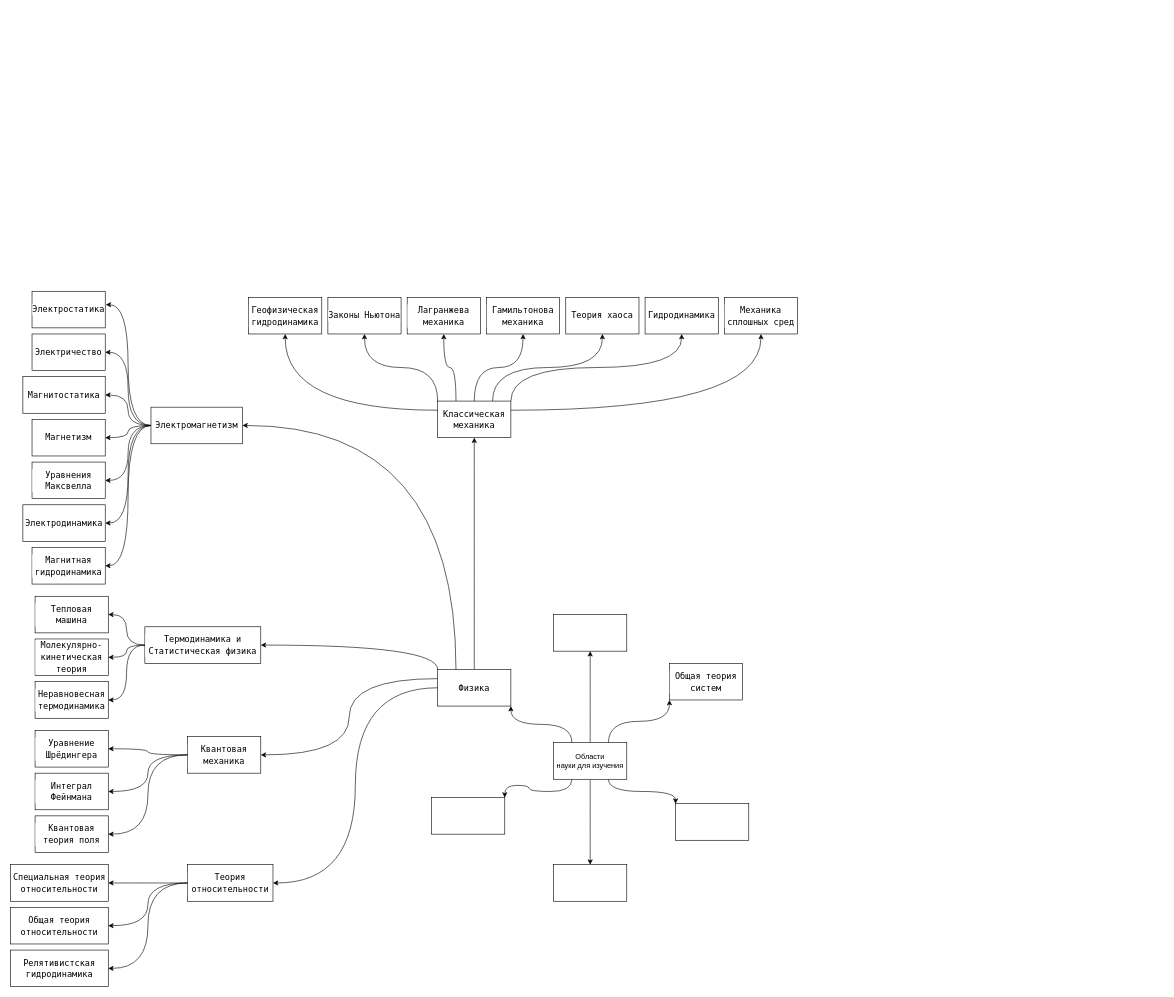
Before: mind_map.drawio in hightemp/col_diagrams, a draw.io diagram. Source tidied: cells renumbered, new cells numbered last; positions are measured from the earlier drawing's top-left corner, leaving out a move shared by most shapes. Both pictures are drawn from the tidied source at 61%, with x=0, y=0 at pixel (10, 291).
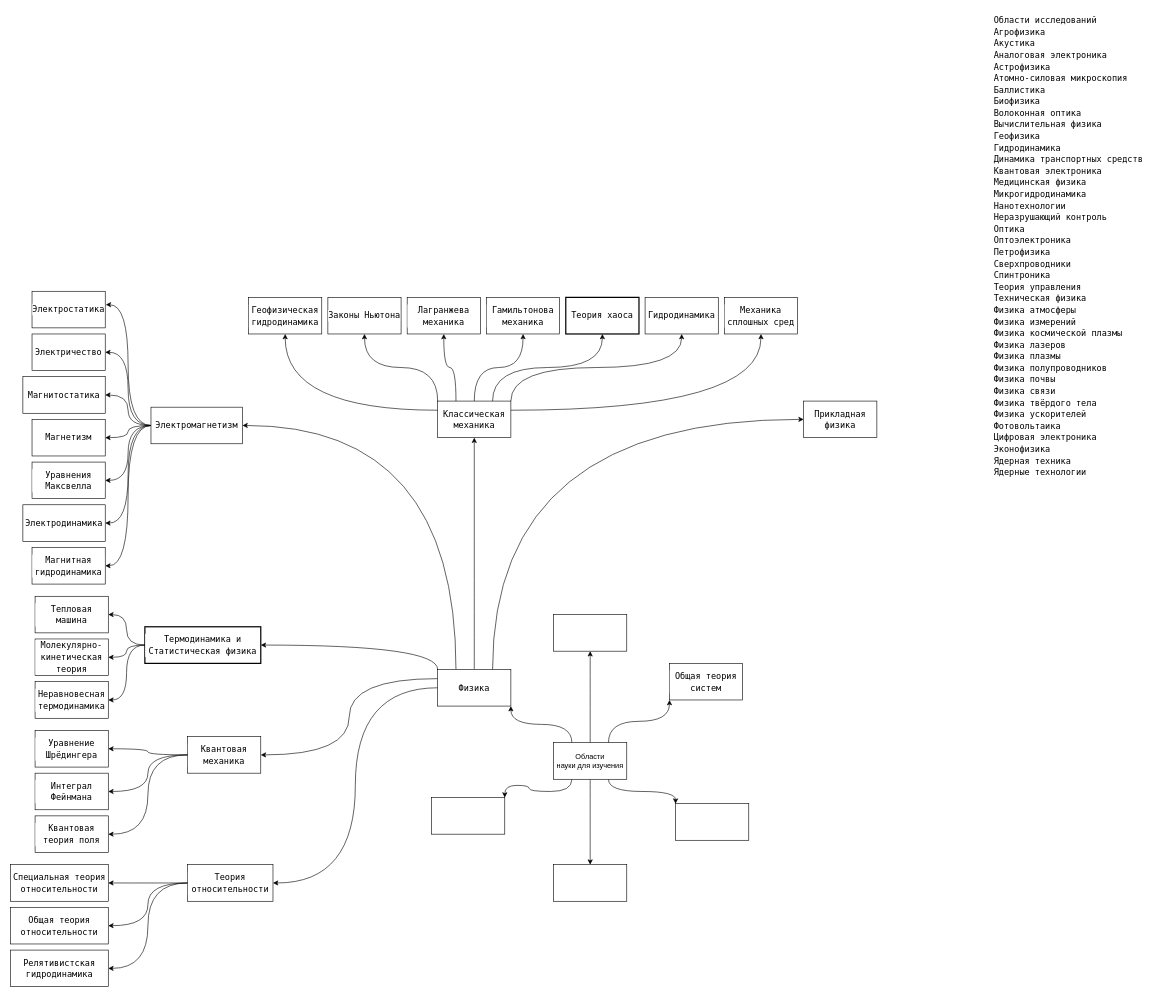
Above is the later version.

The change refers to these unchanged cells:
```xml
<mxCell id="15" value="&lt;div style=&quot;line-height: 19px;&quot;&gt;&lt;div style=&quot;background-color: rgb(255, 255, 255); font-family: &amp;quot;Droid Sans Mono&amp;quot;, &amp;quot;monospace&amp;quot;, monospace; font-size: 14px; line-height: 19px;&quot;&gt;Физика&lt;/div&gt;&lt;/div&gt;" style="rounded=0;whiteSpace=wrap;html=1;" parent="1" vertex="1">
  <mxGeometry x="700" y="620" width="120" height="60" as="geometry" />
</mxCell>
<mxCell id="20" style="group;" parent="1" vertex="1">
  <mxGeometry x="390" y="10" width="900" height="230" as="geometry" />
</mxCell>
<mxCell id="52" style="group;" parent="1" vertex="1">
  <mxGeometry x="40" y="500" width="370" height="200" as="geometry" />
</mxCell>
```

Change to the diagram source:
```diff
@@
+    <mxCell id="76" style="edgeStyle=orthogonalEdgeStyle;curved=1;rounded=0;jettySize=auto;html=1;exitX=0.75;exitY=0;exitDx=0;exitDy=0;entryX=0;entryY=0.5;entryDx=0;entryDy=0;" parent="1" edge="1" source="15" target="77">
+      <mxGeometry relative="1" as="geometry" />
+    </mxCell>
@@
-    <mxCell id="25" value="&lt;div style=&quot;background-color: rgb(255, 255, 255); font-family: &amp;quot;Droid Sans Mono&amp;quot;, &amp;quot;monospace&amp;quot;, monospace; font-size: 14px; line-height: 19px;&quot;&gt;Теория хаоса&lt;/div&gt;" style="rounded=0;whiteSpace=wrap;html=1;" parent="20" vertex="1">
+    <mxCell id="25" value="&lt;div style=&quot;background-color: rgb(255, 255, 255); font-family: &amp;quot;Droid Sans Mono&amp;quot;, &amp;quot;monospace&amp;quot;, monospace; font-size: 14px; line-height: 19px;&quot;&gt;Теория хаоса&lt;/div&gt;" style="rounded=0;whiteSpace=wrap;html=1;strokeWidth=2;" parent="20" vertex="1">
       <mxGeometry x="520" width="120" height="60" as="geometry" />
     </mxCell>
@@
-    <mxCell id="53" value="&lt;div style=&quot;background-color: rgb(255, 255, 255); font-family: &amp;quot;Droid Sans Mono&amp;quot;, &amp;quot;monospace&amp;quot;, monospace; font-size: 14px; line-height: 19px;&quot;&gt;Термодинамика и Статистическая физика&lt;/div&gt;" style="rounded=0;whiteSpace=wrap;html=1;" parent="52" vertex="1">
+    <mxCell id="53" value="&lt;div style=&quot;background-color: rgb(255, 255, 255); font-family: &amp;quot;Droid Sans Mono&amp;quot;, &amp;quot;monospace&amp;quot;, monospace; font-size: 14px; line-height: 19px;&quot;&gt;Термодинамика и Статистическая физика&lt;/div&gt;" style="rounded=0;whiteSpace=wrap;html=1;strokeWidth=2;" parent="52" vertex="1">
       <mxGeometry x="180" y="50" width="190" height="60" as="geometry" />
     </mxCell>
@@
+    <mxCell id="77" value="&lt;div style=&quot;background-color: rgb(255, 255, 255); font-family: &amp;quot;Droid Sans Mono&amp;quot;, &amp;quot;monospace&amp;quot;, monospace; font-size: 14px; line-height: 19px;&quot;&gt;Прикладная физика&lt;/div&gt;" style="rounded=0;whiteSpace=wrap;html=1;strokeWidth=1;" parent="1" vertex="1">
+      <mxGeometry x="1300" y="180" width="120" height="60" as="geometry" />
+    </mxCell>
+    <mxCell id="78" value="&lt;div style=&quot;color: rgb(0, 0, 0); background-color: rgb(255, 255, 255); font-family: &amp;quot;Droid Sans Mono&amp;quot;, &amp;quot;monospace&amp;quot;, monospace; font-weight: normal; font-size: 14px; line-height: 19px;&quot;&gt;&lt;div&gt;Области исследований&lt;br&gt;&lt;/div&gt;&lt;div&gt;&lt;span style=&quot;color: #000000;&quot;&gt;        Агрофизика&lt;/span&gt;&lt;/div&gt;&lt;div&gt;&lt;span style=&quot;color: #000000;&quot;&gt;        Акустика&lt;/span&gt;&lt;/div&gt;&lt;div&gt;&lt;span style=&quot;color: #000000;&quot;&gt;        Аналоговая электроника&lt;/span&gt;&lt;/div&gt;&lt;div&gt;&lt;span style=&quot;color: #000000;&quot;&gt;        Астрофизика&lt;/span&gt;&lt;/div&gt;&lt;div&gt;&lt;span style=&quot;color: #000000;&quot;&gt;        Атомно-силовая микроскопия&lt;/span&gt;&lt;/div&gt;&lt;div&gt;&lt;span style=&quot;color: #000000;&quot;&gt;        Баллистика&lt;/span&gt;&lt;/div&gt;&lt;div&gt;&lt;span style=&quot;color: #000000;&quot;&gt;        Биофизика&lt;/span&gt;&lt;/div&gt;&lt;div&gt;&lt;span style=&quot;color: #000000;&quot;&gt;        Волоконная оптика&lt;/span&gt;&lt;/div&gt;&lt;div&gt;&lt;span style=&quot;color: #000000;&quot;&gt;        Вычислительная физика&lt;/span&gt;&lt;/div&gt;&lt;div&gt;&lt;span style=&quot;color: #000000;&quot;&gt;        Геофизика&lt;/span&gt;&lt;/div&gt;&lt;div&gt;&lt;span style=&quot;color: #000000;&quot;&gt;        Гидродинамика&lt;/span&gt;&lt;/div&gt;&lt;div&gt;&lt;span style=&quot;color: #000000;&quot;&gt;        Динамика транспортных средств&lt;/span&gt;&lt;/div&gt;&lt;div&gt;&lt;span style=&quot;color: #000000;&quot;&gt;        Квантовая электроника&lt;/span&gt;&lt;/div&gt;&lt;div&gt;&lt;span style=&quot;color: #000000;&quot;&gt;        Медицинская физика&lt;/span&gt;&lt;/div&gt;&lt;div&gt;&lt;span style=&quot;color: #000000;&quot;&gt;        Микрогидродинамика&lt;/span&gt;&lt;/div&gt;&lt;div&gt;&lt;span style=&quot;color: #000000;&quot;&gt;        Нанотехнологии&lt;/span&gt;&lt;/div&gt;&lt;div&gt;&lt;span style=&quot;color: #000000;&quot;&gt;        Неразрушающий контроль&lt;/span&gt;&lt;/div&gt;&lt;div&gt;&lt;span style=&quot;color: #000000;&quot;&gt;        Оптика&lt;/span&gt;&lt;/div&gt;&lt;div&gt;&lt;span style=&quot;color: #000000;&quot;&gt;        Оптоэлектроника&lt;/span&gt;&lt;/div&gt;&lt;div&gt;&lt;span style=&quot;color: #000000;&quot;&gt;        Петрофизика&lt;/span&gt;&lt;/div&gt;&lt;div&gt;&lt;span style=&quot;color: #000000;&quot;&gt;        Сверхпроводники&lt;/span&gt;&lt;/div&gt;&lt;div&gt;&lt;span style=&quot;color: #000000;&quot;&gt;        Спинтроника&lt;/span&gt;&lt;/div&gt;&lt;div&gt;&lt;span style=&quot;color: #000000;&quot;&gt;        Теория управления&lt;/span&gt;&lt;/div&gt;&lt;div&gt;&lt;span style=&quot;color: #000000;&quot;&gt;        Техническая физика&lt;/span&gt;&lt;/div&gt;&lt;div&gt;&lt;span style=&quot;color: #000000;&quot;&gt;        Физика атмосферы&lt;/span&gt;&lt;/div&gt;&lt;div&gt;&lt;span style=&quot;color: #000000;&quot;&gt;        Физика измерений&lt;/span&gt;&lt;/div&gt;&lt;div&gt;&lt;span style=&quot;color: #000000;&quot;&gt;        Физика космической плазмы&lt;/span&gt;&lt;/div&gt;&lt;div&gt;&lt;span style=&quot;color: #000000;&quot;&gt;        Физика лазеров&lt;/span&gt;&lt;/div&gt;&lt;div&gt;&lt;span style=&quot;color: #000000;&quot;&gt;        Физика плазмы&lt;/span&gt;&lt;/div&gt;&lt;div&gt;&lt;span style=&quot;color: #000000;&quot;&gt;        Физика полупроводников&lt;/span&gt;&lt;/div&gt;&lt;div&gt;&lt;span style=&quot;color: #000000;&quot;&gt;        Физика почвы&lt;/span&gt;&lt;/div&gt;&lt;div&gt;&lt;span style=&quot;color: #000000;&quot;&gt;        Физика связи&lt;/span&gt;&lt;/div&gt;&lt;div&gt;&lt;span style=&quot;color: #000000;&quot;&gt;        Физика твёрдого тела&lt;/span&gt;&lt;/div&gt;&lt;div&gt;&lt;span style=&quot;color: #000000;&quot;&gt;        Физика ускорителей&lt;/span&gt;&lt;/div&gt;&lt;div&gt;&lt;span style=&quot;color: #000000;&quot;&gt;        Фотовольтаика&lt;/span&gt;&lt;/div&gt;&lt;div&gt;&lt;span style=&quot;color: #000000;&quot;&gt;        Цифровая электроника&lt;/span&gt;&lt;/div&gt;&lt;div&gt;&lt;span style=&quot;color: #000000;&quot;&gt;        Эконофизика&lt;/span&gt;&lt;/div&gt;&lt;div&gt;&lt;span style=&quot;color: #000000;&quot;&gt;        Ядерная техника&lt;/span&gt;&lt;/div&gt;&lt;div&gt;&lt;span style=&quot;color: #000000;&quot;&gt;        Ядерные технологии&lt;/span&gt;&lt;/div&gt;&lt;/div&gt;" style="text;whiteSpace=wrap;html=1;" parent="1" vertex="1">
+      <mxGeometry x="1610" y="-460" width="280" height="800" as="geometry" />
+    </mxCell>
```
